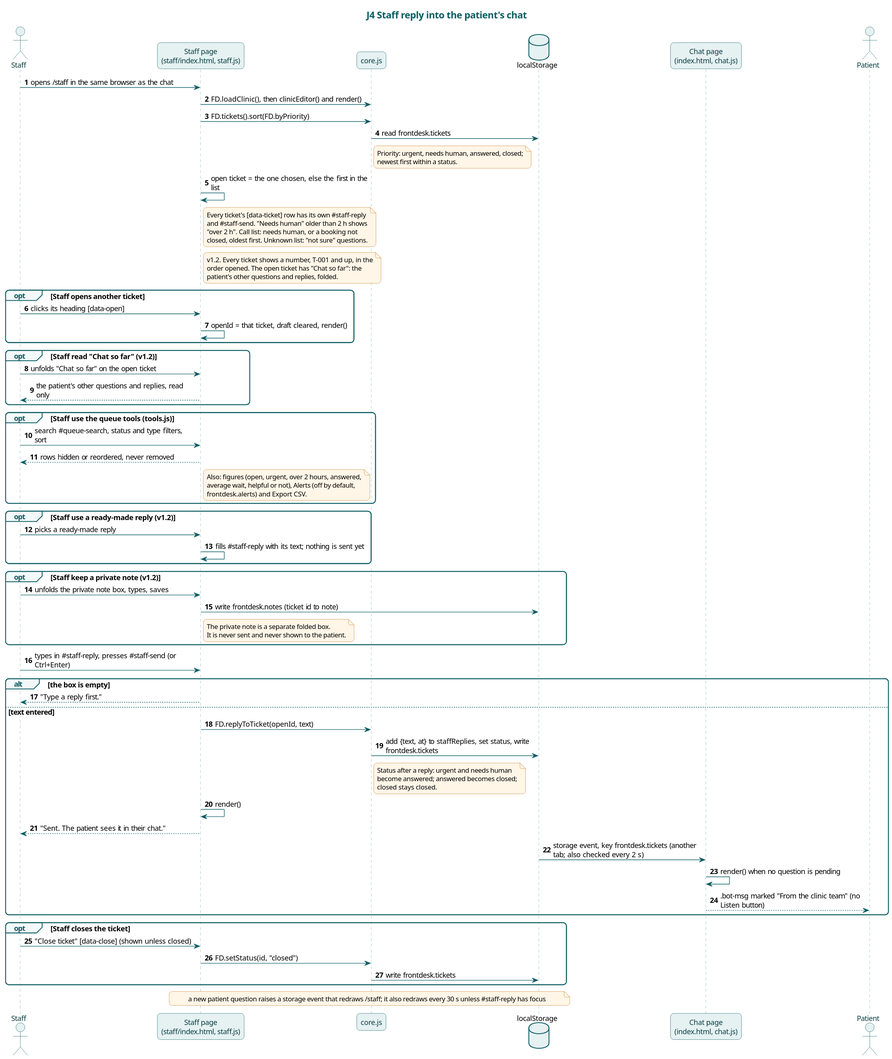
Earlier version of the PlantUML export docs/diagrams/j4-staff-reply.svg (karwasanjay007/frontdesk-ai-docs).
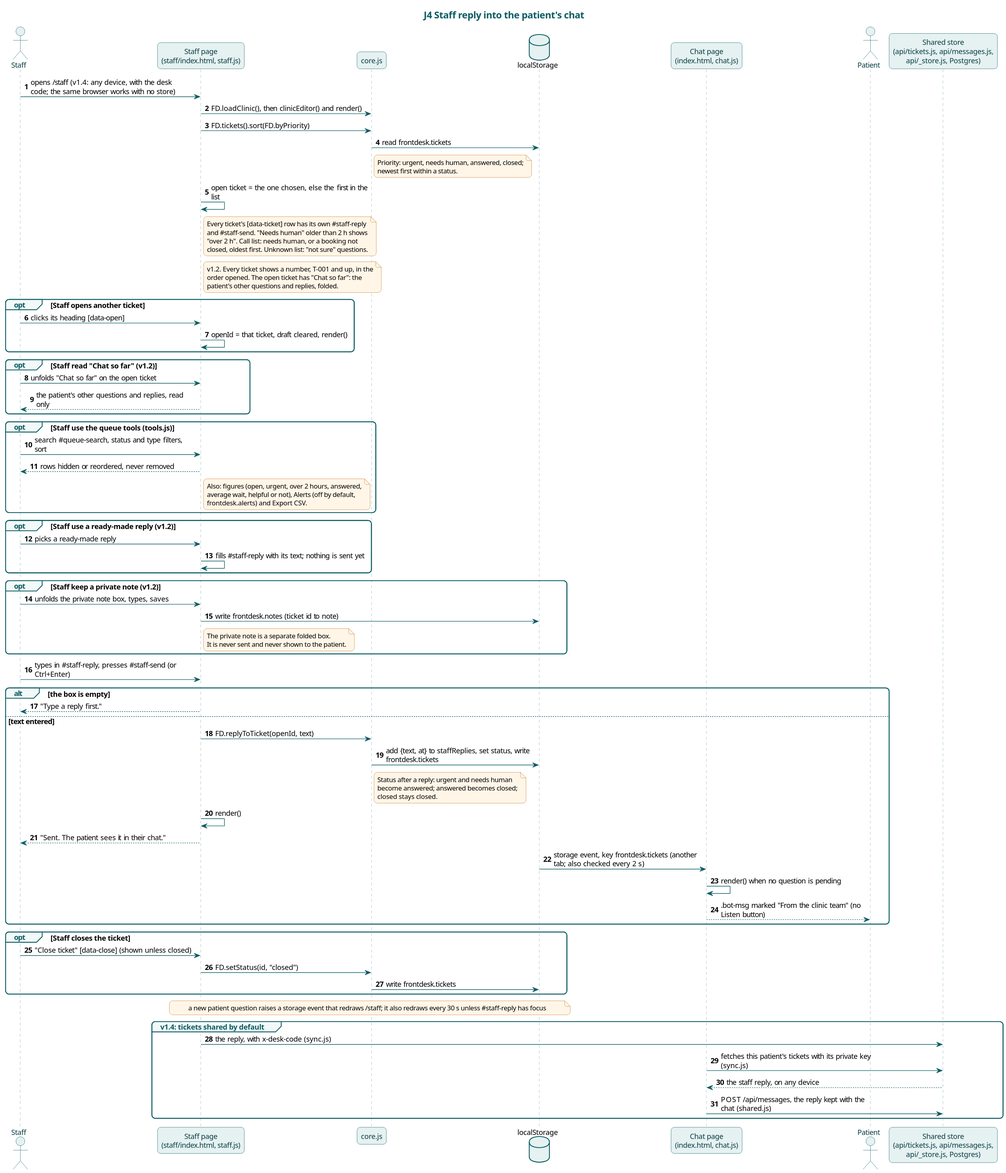
Above is the later version.

Diff of the diagram source:
```diff
@@ -9,7 +9,7 @@
 actor Patient
 autonumber
 
-Staff -> SP : opens /staff in the same browser as the chat
+Staff -> SP : opens /staff (v1.4: any device, with the desk code; the same browser works with no store)
 SP -> Core : FD.loadClinic(), then clinicEditor() and render()
 SP -> Core : FD.tickets().sort(FD.byPriority)
 Core -> LS : read frontdesk.tickets
@@ -81,4 +81,11 @@
   Core -> LS : write frontdesk.tickets
 end
 note over SP, LS : a new patient question raises a storage event that redraws /staff; it also redraws every 30 s unless #staff-reply has focus
+participant "Shared store\n(api/tickets.js, api/messages.js,\napi/_store.js, Postgres)" as Store
+group v1.4: tickets shared by default
+  SP -> Store : the reply, with x-desk-code (sync.js)
+  Chat -> Store : fetches this patient's tickets with its private key (sync.js)
+  Store --> Chat : the staff reply, on any device
+  Chat -> Store : POST /api/messages, the reply kept with the chat (shared.js)
+end
 @enduml
```
